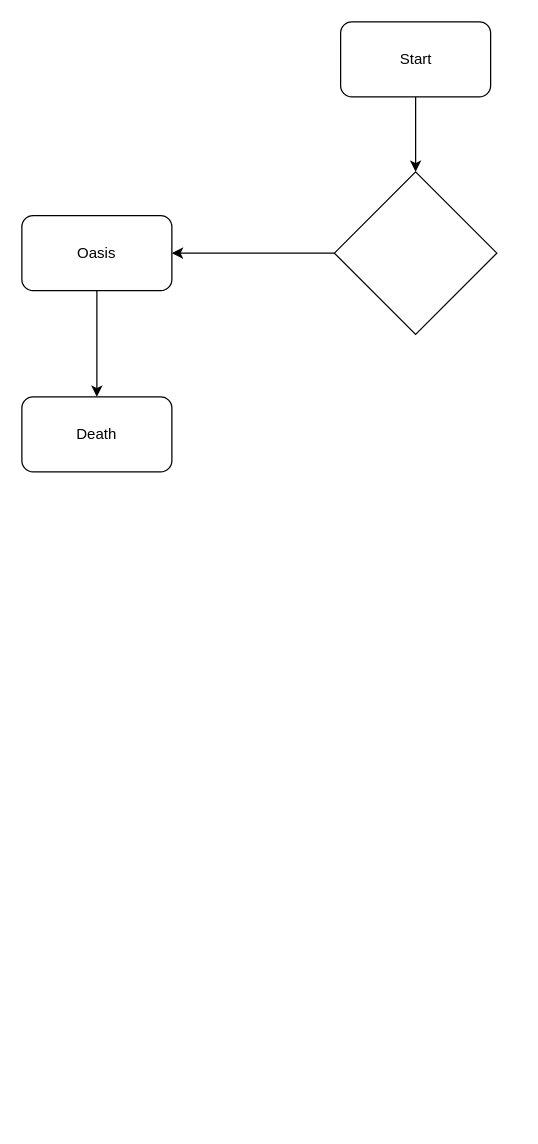
Above: Untitled Diagram.drawio in SiddiqTechnologies/kemdev (draw.io), before the change. Source tidied: cells renumbered, new cells numbered last; positions are measured from the earlier drawing's top-left corner, leaving out a move shared by most shapes. Both pictures are drawn from the tidied source at 125%, with x=0, y=0 at pixel (21, 21).
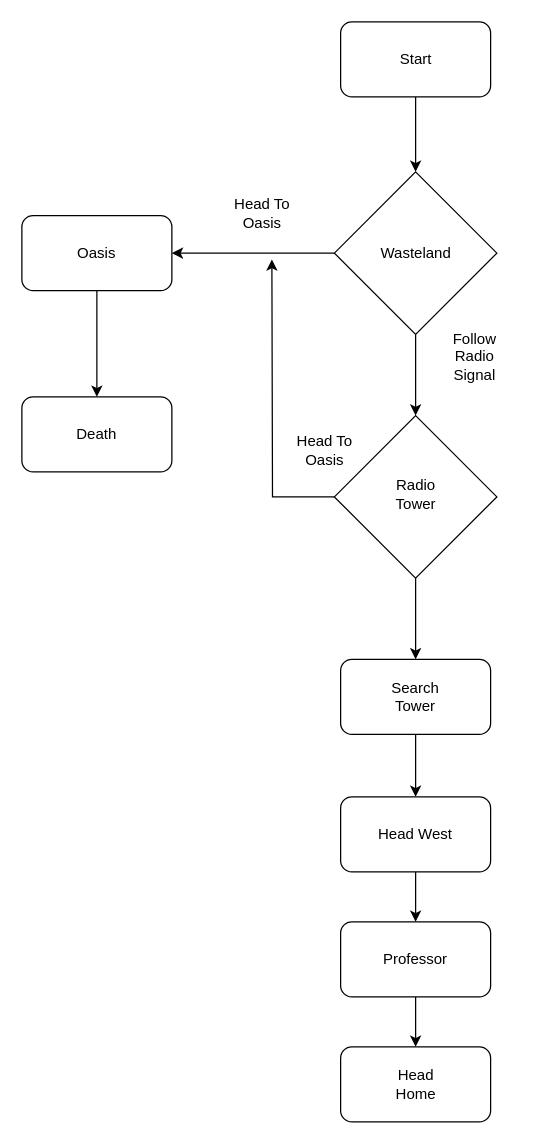
Above is the later version.

Unchanged cells that the change refers to:
```xml
<mxCell id="4" style="rhombus;whiteSpace=wrap;html=1;" parent="1" vertex="1">
  <mxGeometry x="250" y="120" width="130" height="130" as="geometry" />
</mxCell>
```

Change to the diagram source:
```diff
@@
+    <mxCell id="12" style="edgeStyle=orthogonalEdgeStyle;rounded=0;jettySize=auto;html=1;entryX=0.5;entryY=0;entryDx=0;entryDy=0;" parent="1" edge="1" source="13" target="28">
+      <mxGeometry relative="1" as="geometry" />
+    </mxCell>
+    <mxCell id="13" style="rounded=1;whiteSpace=wrap;html=1;" parent="1" vertex="1">
+      <mxGeometry x="255" y="620" width="120" height="60" as="geometry" />
+    </mxCell>
+    <mxCell id="14" style="edgeStyle=orthogonalEdgeStyle;rounded=0;jettySize=auto;html=1;" parent="1" edge="1" source="16">
+      <mxGeometry relative="1" as="geometry">
+        <mxPoint x="200" y="190" as="targetPoint" />
+      </mxGeometry>
+    </mxCell>
+    <mxCell id="15" style="edgeStyle=orthogonalEdgeStyle;rounded=0;jettySize=auto;html=1;entryX=0.5;entryY=0;entryDx=0;entryDy=0;" parent="1" edge="1" source="16" target="24">
+      <mxGeometry relative="1" as="geometry" />
+    </mxCell>
+    <mxCell id="16" style="rhombus;whiteSpace=wrap;html=1;" parent="1" vertex="1">
+      <mxGeometry x="250" y="315" width="130" height="130" as="geometry" />
+    </mxCell>
@@
+    <mxCell id="17" style="edgeStyle=orthogonalEdgeStyle;rounded=0;jettySize=auto;html=1;entryX=0.5;entryY=0;entryDx=0;entryDy=0;" parent="1" edge="1" source="4" target="16">
+      <mxGeometry relative="1" as="geometry" />
+    </mxCell>
@@
+    <mxCell id="18" value="Radio Tower" style="text;strokeColor=none;align=center;fillColor=none;html=1;verticalAlign=middle;whiteSpace=wrap;rounded=0;" parent="1" vertex="1">
+      <mxGeometry x="283" y="360" width="65" height="35" as="geometry" />
+    </mxCell>
+    <mxCell id="19" value="Wasteland" style="text;strokeColor=none;align=center;fillColor=none;html=1;verticalAlign=middle;whiteSpace=wrap;rounded=0;" parent="1" vertex="1">
+      <mxGeometry x="283" y="167.5" width="65" height="35" as="geometry" />
+    </mxCell>
+    <mxCell id="20" value="Head To Oasis" style="text;strokeColor=none;align=center;fillColor=none;html=1;verticalAlign=middle;whiteSpace=wrap;rounded=0;" parent="1" vertex="1">
+      <mxGeometry x="160" y="135" width="65" height="35" as="geometry" />
+    </mxCell>
+    <mxCell id="21" value="Follow Radio Signal" style="text;strokeColor=none;align=center;fillColor=none;html=1;verticalAlign=middle;whiteSpace=wrap;rounded=0;" parent="1" vertex="1">
+      <mxGeometry x="330" y="250" width="65" height="35" as="geometry" />
+    </mxCell>
+    <mxCell id="22" value="Head To Oasis" style="text;strokeColor=none;align=center;fillColor=none;html=1;verticalAlign=middle;whiteSpace=wrap;rounded=0;" parent="1" vertex="1">
+      <mxGeometry x="210" y="325" width="65" height="35" as="geometry" />
+    </mxCell>
+    <mxCell id="23" style="edgeStyle=orthogonalEdgeStyle;rounded=0;jettySize=auto;html=1;entryX=0.5;entryY=0;entryDx=0;entryDy=0;" parent="1" edge="1" source="24" target="13">
+      <mxGeometry relative="1" as="geometry" />
+    </mxCell>
+    <mxCell id="24" style="rounded=1;whiteSpace=wrap;html=1;" parent="1" vertex="1">
+      <mxGeometry x="255" y="510" width="120" height="60" as="geometry" />
+    </mxCell>
+    <mxCell id="25" value="Search Tower" style="text;strokeColor=none;align=center;fillColor=none;html=1;verticalAlign=middle;whiteSpace=wrap;rounded=0;" parent="1" vertex="1">
+      <mxGeometry x="280" y="520" width="70" height="40" as="geometry" />
+    </mxCell>
+    <mxCell id="26" value="Head West" style="text;strokeColor=none;align=center;fillColor=none;html=1;verticalAlign=middle;whiteSpace=wrap;rounded=0;" parent="1" vertex="1">
+      <mxGeometry x="280" y="630" width="70" height="40" as="geometry" />
+    </mxCell>
+    <mxCell id="27" style="edgeStyle=orthogonalEdgeStyle;rounded=0;jettySize=auto;html=1;entryX=0.5;entryY=0;entryDx=0;entryDy=0;" parent="1" edge="1" source="28" target="29">
+      <mxGeometry relative="1" as="geometry" />
+    </mxCell>
+    <mxCell id="28" style="rounded=1;whiteSpace=wrap;html=1;" parent="1" vertex="1">
+      <mxGeometry x="255" y="720" width="120" height="60" as="geometry" />
+    </mxCell>
+    <mxCell id="29" style="rounded=1;whiteSpace=wrap;html=1;" parent="1" vertex="1">
+      <mxGeometry x="255" y="820" width="120" height="60" as="geometry" />
+    </mxCell>
+    <mxCell id="30" value="Professor" style="text;strokeColor=none;align=center;fillColor=none;html=1;verticalAlign=middle;whiteSpace=wrap;rounded=0;" parent="1" vertex="1">
+      <mxGeometry x="280" y="730" width="70" height="40" as="geometry" />
+    </mxCell>
+    <mxCell id="31" value="Head Home" style="text;strokeColor=none;align=center;fillColor=none;html=1;verticalAlign=middle;whiteSpace=wrap;rounded=0;" parent="1" vertex="1">
+      <mxGeometry x="283" y="832.5" width="65" height="35" as="geometry" />
+    </mxCell>
```
